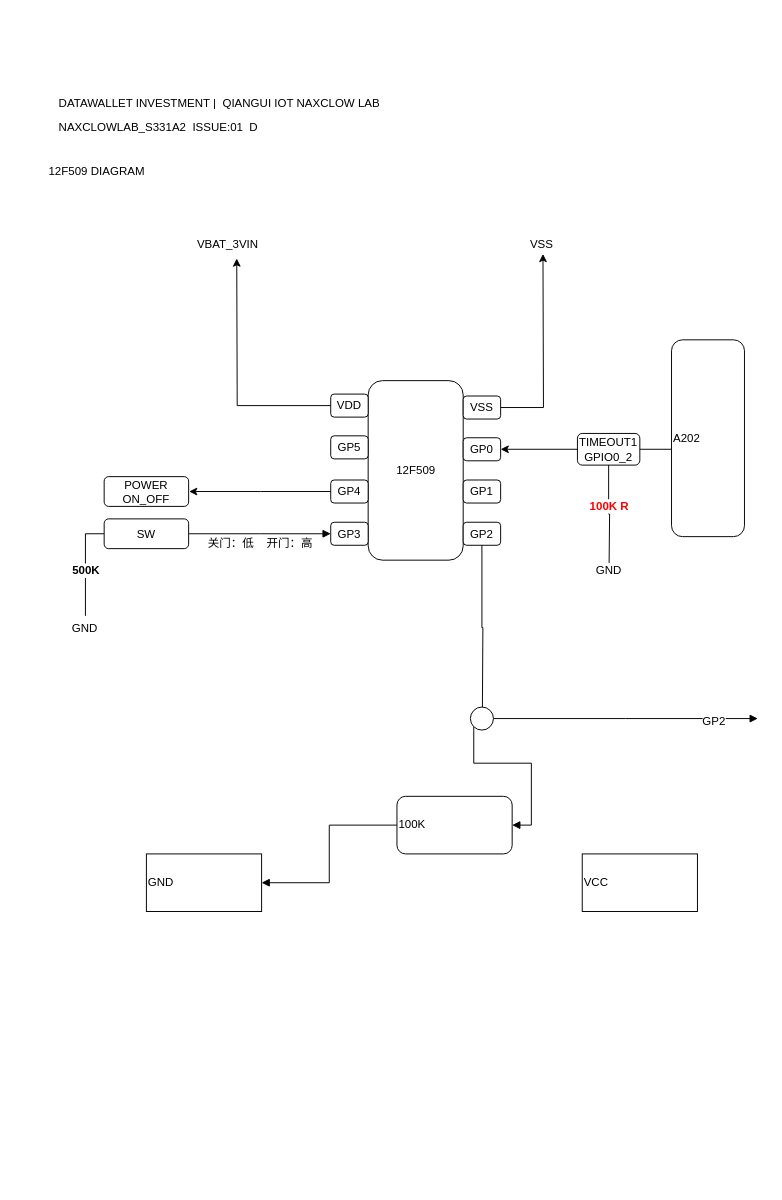
svija/pubsub keeps this draw.io diagram as NAXCLOWLAB_S331A2.drawio. Above is the earlier version. Source tidied: cells renumbered, new cells numbered last; positions are measured from the earlier drawing's top-left corner, leaving out a move shared by most shapes. Both pictures are drawn from the tidied source at 96%, with x=0, y=0 at pixel (31, 87).
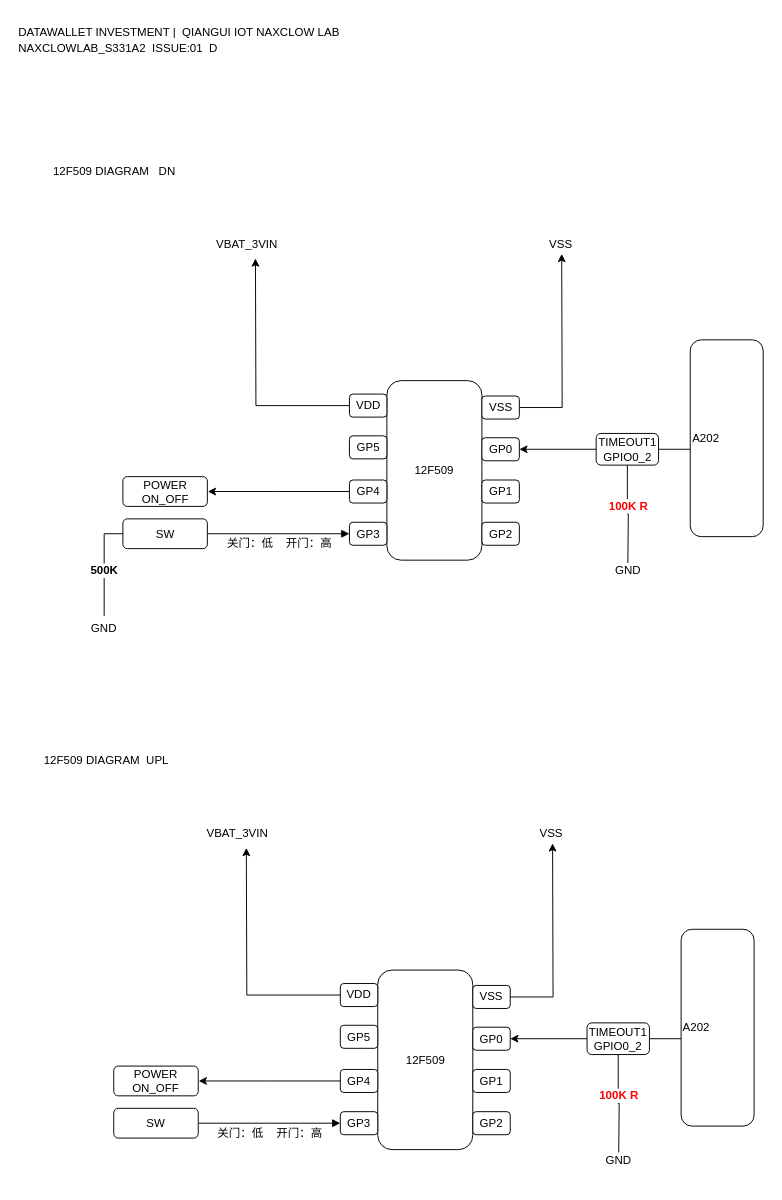
After the change.

The change refers to these unchanged cells:
```xml
<mxCell id="15" value="GP2" style="rounded=1;whiteSpace=wrap;html=1;" parent="8" vertex="1">
  <mxGeometry x="138" y="147.5" width="39" height="24" as="geometry" />
</mxCell>
<mxCell id="22" value="SW" style="rounded=1;whiteSpace=wrap;html=1;" parent="7" vertex="1">
  <mxGeometry y="296.5" width="88" height="31" as="geometry" />
</mxCell>
<mxCell id="29" value="TIMEOUT1&lt;br&gt;GPIO0_2&lt;br&gt;" style="rounded=1;whiteSpace=wrap;html=1;" parent="7" vertex="1">
  <mxGeometry x="493" y="207.5" width="65" height="33" as="geometry" />
</mxCell>
```

What changed in the source:
```diff
@@
-    <mxCell id="2" style="group;" parent="1" vertex="1">
-      <mxGeometry y="-0.5" width="743" height="573" as="geometry" />
-    </mxCell>
+    <mxCell id="48" style="group;" parent="1" vertex="1">
+      <mxGeometry x="10" y="715" width="699" height="426" as="geometry" />
+    </mxCell>
+    <mxCell id="49" style="group;" parent="48" vertex="1">
+      <mxGeometry x="76" y="51.5" width="558" height="360" as="geometry" />
+    </mxCell>
+    <mxCell id="50" style="group;" parent="49" vertex="1">
+      <mxGeometry width="558" height="360" as="geometry" />
+    </mxCell>
+    <mxCell id="51" style="group;" parent="50" vertex="1">
+      <mxGeometry x="236" y="152.5" width="177" height="187" as="geometry" />
+    </mxCell>
+    <mxCell id="52" style="rounded=1;whiteSpace=wrap;html=1;" parent="51" vertex="1">
+      <mxGeometry x="39" width="99" height="187" as="geometry" />
+    </mxCell>
+    <mxCell id="53" value="12F509" style="text;html=1;strokeColor=none;fillColor=none;align=center;verticalAlign=middle;whiteSpace=wrap;rounded=0;" parent="51" vertex="1">
+      <mxGeometry x="68.5" y="83.5" width="40" height="20" as="geometry" />
+    </mxCell>
+    <mxCell id="54" value="VSS" style="rounded=1;whiteSpace=wrap;html=1;" parent="51" vertex="1">
+      <mxGeometry x="138" y="16" width="39" height="24" as="geometry" />
+    </mxCell>
+    <mxCell id="55" value="VDD" style="rounded=1;whiteSpace=wrap;html=1;" parent="51" vertex="1">
+      <mxGeometry y="14" width="39" height="24" as="geometry" />
+    </mxCell>
+    <mxCell id="56" value="GP0" style="rounded=1;whiteSpace=wrap;html=1;" parent="51" vertex="1">
+      <mxGeometry x="138" y="59.5" width="39" height="24" as="geometry" />
+    </mxCell>
+    <mxCell id="57" value="GP1" style="rounded=1;whiteSpace=wrap;html=1;" parent="51" vertex="1">
+      <mxGeometry x="138" y="103.5" width="39" height="24" as="geometry" />
+    </mxCell>
+    <mxCell id="45" value="GP2" style="rounded=1;whiteSpace=wrap;html=1;" parent="51" vertex="1">
+      <mxGeometry x="138" y="147.5" width="39" height="24" as="geometry" />
+    </mxCell>
+    <mxCell id="58" value="GP5" style="rounded=1;whiteSpace=wrap;html=1;" parent="51" vertex="1">
+      <mxGeometry y="57.5" width="39" height="24" as="geometry" />
+    </mxCell>
+    <mxCell id="59" value="GP4" style="rounded=1;whiteSpace=wrap;html=1;" parent="51" vertex="1">
+      <mxGeometry y="103.5" width="39" height="24" as="geometry" />
+    </mxCell>
+    <mxCell id="60" value="GP3" style="rounded=1;whiteSpace=wrap;html=1;" parent="51" vertex="1">
+      <mxGeometry y="147.5" width="39" height="24" as="geometry" />
+    </mxCell>
+    <mxCell id="61" style="edgeStyle=orthogonalEdgeStyle;rounded=0;jettySize=auto;html=1;exitX=0;exitY=0.5;exitDx=0;exitDy=0;startArrow=block;startFill=1;endArrow=none;endFill=0;" parent="50" edge="1" source="60">
+      <mxGeometry relative="1" as="geometry">
+        <mxPoint x="88.5" y="312" as="targetPoint" />
+      </mxGeometry>
+    </mxCell>
+    <mxCell id="62" style="edgeStyle=orthogonalEdgeStyle;rounded=0;jettySize=auto;html=1;exitX=0;exitY=0.5;exitDx=0;exitDy=0;" parent="50" edge="1" source="59">
+      <mxGeometry relative="1" as="geometry">
+        <mxPoint x="88.5" y="268" as="targetPoint" />
+      </mxGeometry>
+    </mxCell>
+    <mxCell id="63" value="POWER ON_OFF" style="rounded=1;whiteSpace=wrap;html=1;" parent="50" vertex="1">
+      <mxGeometry y="252.5" width="88" height="31" as="geometry" />
+    </mxCell>
+    <mxCell id="64" value="SW" style="rounded=1;whiteSpace=wrap;html=1;" parent="50" vertex="1">
+      <mxGeometry y="296.5" width="88" height="31" as="geometry" />
+    </mxCell>
+    <mxCell id="65" style="edgeStyle=orthogonalEdgeStyle;rounded=0;jettySize=auto;html=1;exitX=0;exitY=0.5;exitDx=0;exitDy=0;" parent="50" edge="1" source="55">
+      <mxGeometry relative="1" as="geometry">
+        <mxPoint x="138.1" y="25.3" as="targetPoint" />
+      </mxGeometry>
+    </mxCell>
+    <mxCell id="66" style="edgeStyle=orthogonalEdgeStyle;rounded=0;jettySize=auto;html=1;exitX=1;exitY=0.5;exitDx=0;exitDy=0;" parent="50" edge="1" source="54">
+      <mxGeometry relative="1" as="geometry">
+        <mxPoint x="457.1" y="20.5" as="targetPoint" />
+      </mxGeometry>
+    </mxCell>
+    <mxCell id="67" value="VBAT_3VIN" style="text;html=1;strokeColor=none;fillColor=none;align=center;verticalAlign=middle;whiteSpace=wrap;rounded=0;" parent="50" vertex="1">
+      <mxGeometry x="109" width="40" height="20" as="geometry" />
+    </mxCell>
+    <mxCell id="68" value="VSS" style="text;html=1;strokeColor=none;fillColor=none;align=center;verticalAlign=middle;whiteSpace=wrap;rounded=0;" parent="50" vertex="1">
+      <mxGeometry x="436" width="40" height="20" as="geometry" />
+    </mxCell>
+    <mxCell id="69" style="edgeStyle=orthogonalEdgeStyle;rounded=0;jettySize=auto;html=1;exitX=0.5;exitY=1;exitDx=0;exitDy=0;startArrow=none;startFill=0;endArrow=none;endFill=0;" parent="50" edge="1" source="71">
+      <mxGeometry relative="1" as="geometry">
+        <mxPoint x="526" y="342.4" as="targetPoint" />
+      </mxGeometry>
+    </mxCell>
+    <mxCell id="70" value="100K R" style="text;html=1;align=center;verticalAlign=middle;labelBackgroundColor=#ffffff;fontColor=#FF0000;fontStyle=1;" parent="69" vertex="1">
+      <mxGeometry x="0.29" relative="1" as="geometry">
+        <mxPoint x="-0.5" y="-22.5" as="offset" />
+      </mxGeometry>
+    </mxCell>
+    <mxCell id="71" value="TIMEOUT1&lt;br&gt;GPIO0_2&lt;br&gt;" style="rounded=1;whiteSpace=wrap;html=1;" parent="50" vertex="1">
+      <mxGeometry x="493" y="207.5" width="65" height="33" as="geometry" />
+    </mxCell>
+    <mxCell id="72" style="edgeStyle=orthogonalEdgeStyle;rounded=0;jettySize=auto;html=1;startArrow=classic;startFill=1;endArrow=none;endFill=0;" parent="50" edge="1" source="56" target="71">
+      <mxGeometry relative="1" as="geometry" />
+    </mxCell>
+    <mxCell id="40" value="GND" style="text;html=1;strokeColor=none;fillColor=none;align=center;verticalAlign=middle;whiteSpace=wrap;rounded=0;fontColor=#000000;" parent="50" vertex="1">
+      <mxGeometry x="506" y="340" width="40" height="20" as="geometry" />
+    </mxCell>
+    <mxCell id="73" value="关门：低&amp;nbsp; &amp;nbsp; 开门：高" style="text;html=1;strokeColor=none;fillColor=none;align=center;verticalAlign=middle;whiteSpace=wrap;rounded=0;fontColor=#000000;" parent="50" vertex="1">
+      <mxGeometry x="88" y="312" width="150" height="21" as="geometry" />
+    </mxCell>
+    <mxCell id="74" value="12F509 DIAGRAM&amp;nbsp; UPL" style="text;html=1;strokeColor=none;fillColor=none;align=center;verticalAlign=middle;whiteSpace=wrap;rounded=0;fontColor=#000000;" parent="1" vertex="1">
+      <mxGeometry x="10" y="692.5" width="137" height="16" as="geometry" />
+    </mxCell>
+    <mxCell id="75" style="edgeStyle=orthogonalEdgeStyle;rounded=0;jettySize=auto;html=1;exitX=1;exitY=0.5;exitDx=0;exitDy=0;startArrow=none;startFill=0;endArrow=none;endFill=0;fontColor=#000000;" parent="1" edge="1" source="71">
+      <mxGeometry relative="1" as="geometry">
+        <mxPoint x="714.1" y="991" as="targetPoint" />
+      </mxGeometry>
+    </mxCell>
+    <mxCell id="76" value="A202" style="rounded=1;whiteSpace=wrap;html=1;strokeColor=#000000;fillColor=#ffffff;fontColor=#000000;align=left;" parent="1" vertex="1">
+      <mxGeometry x="677" y="876.5" width="76" height="205" as="geometry" />
+    </mxCell>
-    <mxCell id="3" value="DATAWALLET INVESTMENT |&amp;nbsp; QIANGUI IOT NAXCLOW LAB" style="text;html=1;strokeColor=none;fillColor=none;align=left;verticalAlign=middle;whiteSpace=wrap;rounded=0;fontColor=#000000;" parent="2" vertex="1">
-      <mxGeometry x="27" width="396" height="32" as="geometry" />
+    <mxCell id="3" value="DATAWALLET INVESTMENT |&amp;nbsp; QIANGUI IOT NAXCLOW LAB" style="text;html=1;strokeColor=none;fillColor=none;align=left;verticalAlign=middle;whiteSpace=wrap;rounded=0;fontColor=#000000;" parent="1" vertex="1">
+      <mxGeometry x="-15" y="-74.5" width="396" height="32" as="geometry" />
     </mxCell>
-    <mxCell id="4" value="NAXCLOWLAB_S331A2&amp;nbsp; ISSUE:01&amp;nbsp; D" style="text;html=1;strokeColor=none;fillColor=none;align=left;verticalAlign=middle;whiteSpace=wrap;rounded=0;fontColor=#000000;" parent="2" vertex="1">
-      <mxGeometry x="27" y="32" width="389" height="19" as="geometry" />
+    <mxCell id="4" value="NAXCLOWLAB_S331A2&amp;nbsp; ISSUE:01&amp;nbsp; D" style="text;html=1;strokeColor=none;fillColor=none;align=left;verticalAlign=middle;whiteSpace=wrap;rounded=0;fontColor=#000000;" parent="1" vertex="1">
+      <mxGeometry x="-15" y="-50.5" width="389" height="19" as="geometry" />
     </mxCell>
-    <mxCell id="5" style="group;" parent="2" vertex="1">
-      <mxGeometry y="101.5" width="699" height="426" as="geometry" />
+    <mxCell id="5" style="group;" parent="1" vertex="1">
+      <mxGeometry x="19.5" y="101" width="699" height="426" as="geometry" />
     </mxCell>
@@
-    <mxCell id="33" value="12F509 DIAGRAM" style="text;html=1;strokeColor=none;fillColor=none;align=center;verticalAlign=middle;whiteSpace=wrap;rounded=0;fontColor=#000000;" parent="2" vertex="1">
-      <mxGeometry y="79" width="137" height="16" as="geometry" />
+    <mxCell id="33" value="12F509 DIAGRAM&amp;nbsp; &amp;nbsp;DN&amp;nbsp;" style="text;html=1;strokeColor=none;fillColor=none;align=center;verticalAlign=middle;whiteSpace=wrap;rounded=0;fontColor=#000000;" parent="1" vertex="1">
+      <mxGeometry x="19.5" y="78.5" width="137" height="16" as="geometry" />
     </mxCell>
-    <mxCell id="34" style="edgeStyle=orthogonalEdgeStyle;rounded=0;jettySize=auto;html=1;exitX=0;exitY=0.5;exitDx=0;exitDy=0;startArrow=none;startFill=0;endArrow=none;endFill=0;fontColor=#000000;" parent="2" edge="1" source="22">
+    <mxCell id="34" style="edgeStyle=orthogonalEdgeStyle;rounded=0;jettySize=auto;html=1;exitX=0;exitY=0.5;exitDx=0;exitDy=0;startArrow=none;startFill=0;endArrow=none;endFill=0;fontColor=#000000;" parent="1" edge="1" source="22">
       <mxGeometry relative="1" as="geometry">
-        <mxPoint x="56.5" y="550.5" as="targetPoint" />
+        <mxPoint x="76" y="550" as="targetPoint" />
         <Array as="points">
-          <mxPoint x="56.5" y="465.5" />
+          <mxPoint x="76" y="465" />
         </Array>
       </mxGeometry>
     </mxCell>
@@
-    <mxCell id="36" value="GND" style="text;html=1;strokeColor=none;fillColor=none;align=center;verticalAlign=middle;whiteSpace=wrap;rounded=0;fontColor=#000000;" parent="2" vertex="1">
-      <mxGeometry x="36" y="553" width="40" height="20" as="geometry" />
+    <mxCell id="36" value="GND" style="text;html=1;strokeColor=none;fillColor=none;align=center;verticalAlign=middle;whiteSpace=wrap;rounded=0;fontColor=#000000;" parent="1" vertex="1">
+      <mxGeometry x="55.5" y="552.5" width="40" height="20" as="geometry" />
     </mxCell>
-    <mxCell id="37" style="edgeStyle=orthogonalEdgeStyle;rounded=0;jettySize=auto;html=1;exitX=1;exitY=0.5;exitDx=0;exitDy=0;startArrow=none;startFill=0;endArrow=none;endFill=0;fontColor=#000000;" parent="2" edge="1" source="29">
+    <mxCell id="37" style="edgeStyle=orthogonalEdgeStyle;rounded=0;jettySize=auto;html=1;exitX=1;exitY=0.5;exitDx=0;exitDy=0;startArrow=none;startFill=0;endArrow=none;endFill=0;fontColor=#000000;" parent="1" edge="1" source="29">
       <mxGeometry relative="1" as="geometry">
-        <mxPoint x="704.1" y="377.5" as="targetPoint" />
+        <mxPoint x="723.6" y="377" as="targetPoint" />
       </mxGeometry>
     </mxCell>
-    <mxCell id="38" value="A202" style="rounded=1;whiteSpace=wrap;html=1;strokeColor=#000000;fillColor=#ffffff;fontColor=#000000;align=left;" parent="2" vertex="1">
-      <mxGeometry x="667" y="263" width="76" height="205" as="geometry" />
+    <mxCell id="38" value="A202" style="rounded=1;whiteSpace=wrap;html=1;strokeColor=#000000;fillColor=#ffffff;fontColor=#000000;align=left;" parent="1" vertex="1">
+      <mxGeometry x="686.5" y="262.5" width="76" height="205" as="geometry" />
     </mxCell>
-    <mxCell id="39" style="edgeStyle=orthogonalEdgeStyle;rounded=0;jettySize=auto;html=1;exitX=0.5;exitY=1;exitDx=0;exitDy=0;startArrow=none;startFill=0;endArrow=none;endFill=0;fontColor=#000000;" parent="1" edge="1" source="15">
-      <mxGeometry relative="1" as="geometry">
-        <mxPoint x="470" y="648" as="targetPoint" />
-      </mxGeometry>
-    </mxCell>
-    <mxCell id="40" value="GND" style="rounded=0;whiteSpace=wrap;html=1;strokeColor=#000000;fillColor=#ffffff;fontColor=#000000;align=left;" parent="1" vertex="1">
-      <mxGeometry x="120" y="798" width="120" height="60" as="geometry" />
-    </mxCell>
-    <mxCell id="41" value="VCC" style="rounded=0;whiteSpace=wrap;html=1;strokeColor=#000000;fillColor=#ffffff;fontColor=#000000;align=left;" parent="1" vertex="1">
-      <mxGeometry x="574" y="798" width="120" height="60" as="geometry" />
-    </mxCell>
-    <mxCell id="42" style="edgeStyle=orthogonalEdgeStyle;rounded=0;jettySize=auto;html=1;exitX=0;exitY=0.5;exitDx=0;exitDy=0;entryX=1;entryY=0.5;entryDx=0;entryDy=0;startArrow=none;startFill=0;endArrow=block;endFill=1;fontColor=#000000;" parent="1" edge="1" source="43" target="40">
-      <mxGeometry relative="1" as="geometry" />
-    </mxCell>
-    <mxCell id="43" value="100K" style="rounded=1;whiteSpace=wrap;html=1;strokeColor=#000000;fillColor=#ffffff;fontColor=#000000;align=left;" parent="1" vertex="1">
-      <mxGeometry x="381" y="738" width="120" height="60" as="geometry" />
-    </mxCell>
-    <mxCell id="44" style="edgeStyle=orthogonalEdgeStyle;rounded=0;jettySize=auto;html=1;exitX=1;exitY=0.5;exitDx=0;exitDy=0;startArrow=none;startFill=0;endArrow=block;endFill=1;fontColor=#000000;" parent="1" edge="1" source="47">
-      <mxGeometry relative="1" as="geometry">
-        <mxPoint x="756.9" y="657" as="targetPoint" />
-      </mxGeometry>
-    </mxCell>
-    <mxCell id="45" value="GP2" style="text;html=1;align=center;verticalAlign=middle;labelBackgroundColor=#ffffff;fontColor=#000000;" parent="44" vertex="1">
-      <mxGeometry x="0.66" y="-2" relative="1" as="geometry" />
-    </mxCell>
-    <mxCell id="46" style="edgeStyle=orthogonalEdgeStyle;rounded=0;jettySize=auto;html=1;exitX=0;exitY=1;exitDx=0;exitDy=0;entryX=1;entryY=0.5;entryDx=0;entryDy=0;startArrow=none;startFill=0;endArrow=block;endFill=1;fontColor=#000000;" parent="1" edge="1" source="47" target="43">
-      <mxGeometry relative="1" as="geometry" />
-    </mxCell>
-    <mxCell id="47" style="ellipse;whiteSpace=wrap;html=1;strokeColor=#000000;fillColor=#ffffff;fontColor=#000000;align=left;" parent="1" vertex="1">
-      <mxGeometry x="457.5" y="645" width="24" height="24" as="geometry" />
-    </mxCell>
```
